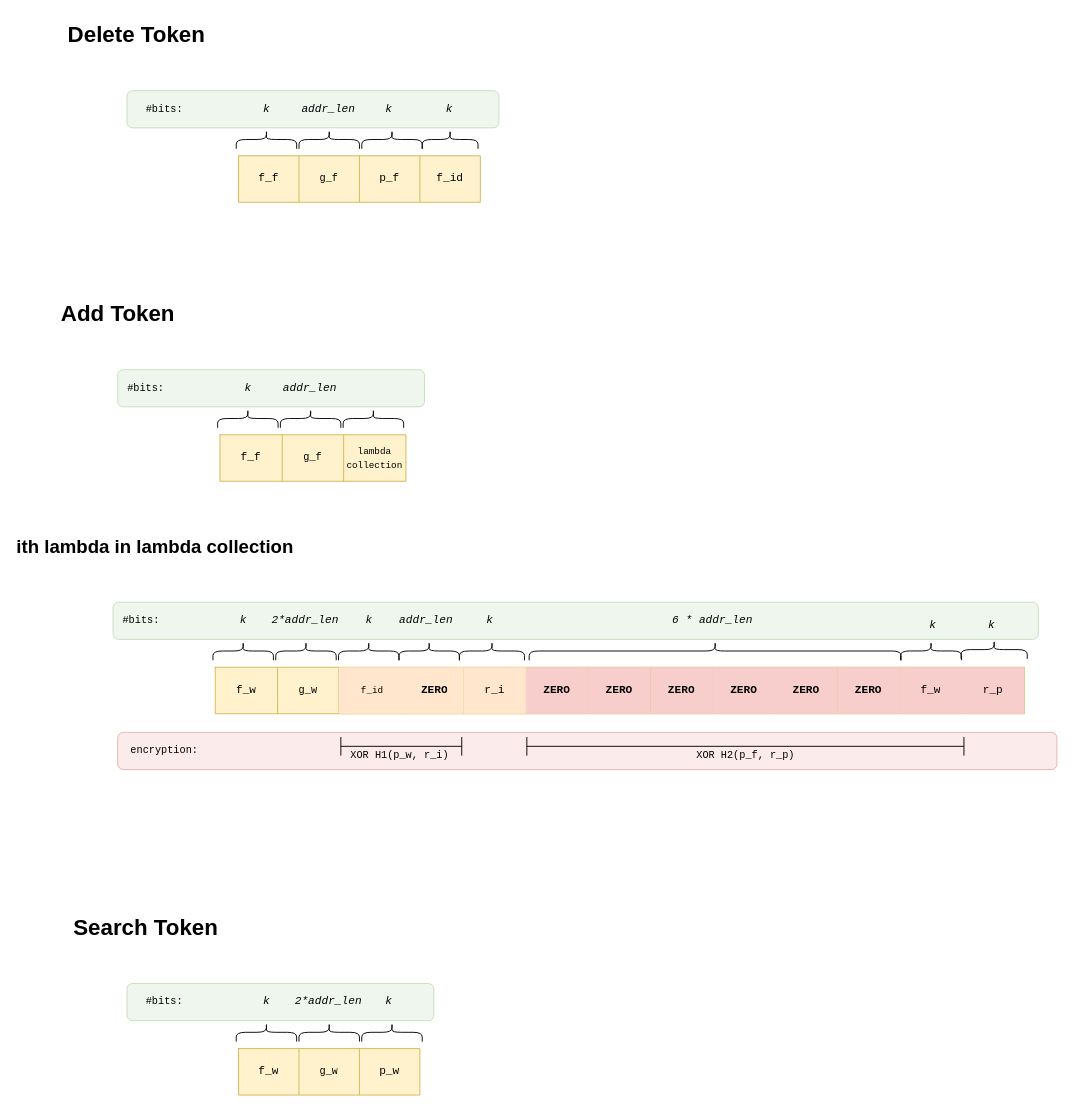
Before: page "tokens" (2 of 3) of diagrams/format_figures.drawio in thisisel/dynamic-sse, a draw.io diagram. Source tidied: cells renumbered, new cells numbered last; positions are measured from the earlier drawing's top-left corner, leaving out a move shared by most shapes. Both pictures are drawn from the tidied source at 93%, with x=0, y=0 at pixel (71, 16).
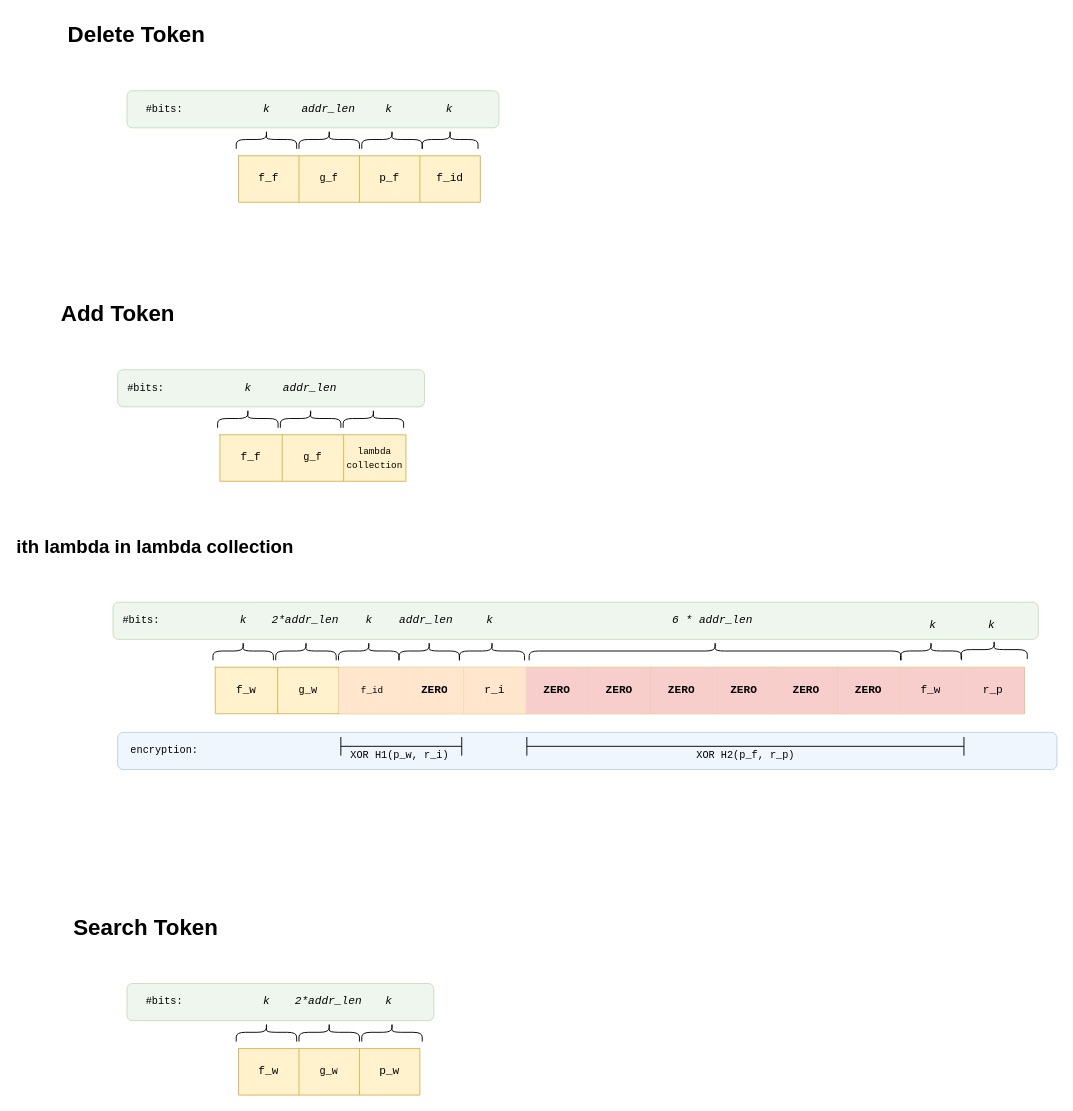
The same page after the edit.

The edit, as a diff of the source:
```diff
@@
-    <mxCell id="69" style="rounded=1;whiteSpace=wrap;html=1;fontFamily=Courier New;fontSize=11;fillColor=#f8cecc;opacity=40;strokeColor=#b85450;" parent="1" vertex="1">
+    <mxCell id="69" style="rounded=1;whiteSpace=wrap;html=1;fontFamily=Courier New;fontSize=11;fillColor=#dae8fc;opacity=40;strokeColor=#6c8ebf;" parent="1" vertex="1">
       <mxGeometry x="50" y="770" width="1010" height="40" as="geometry" />
     </mxCell>
```
